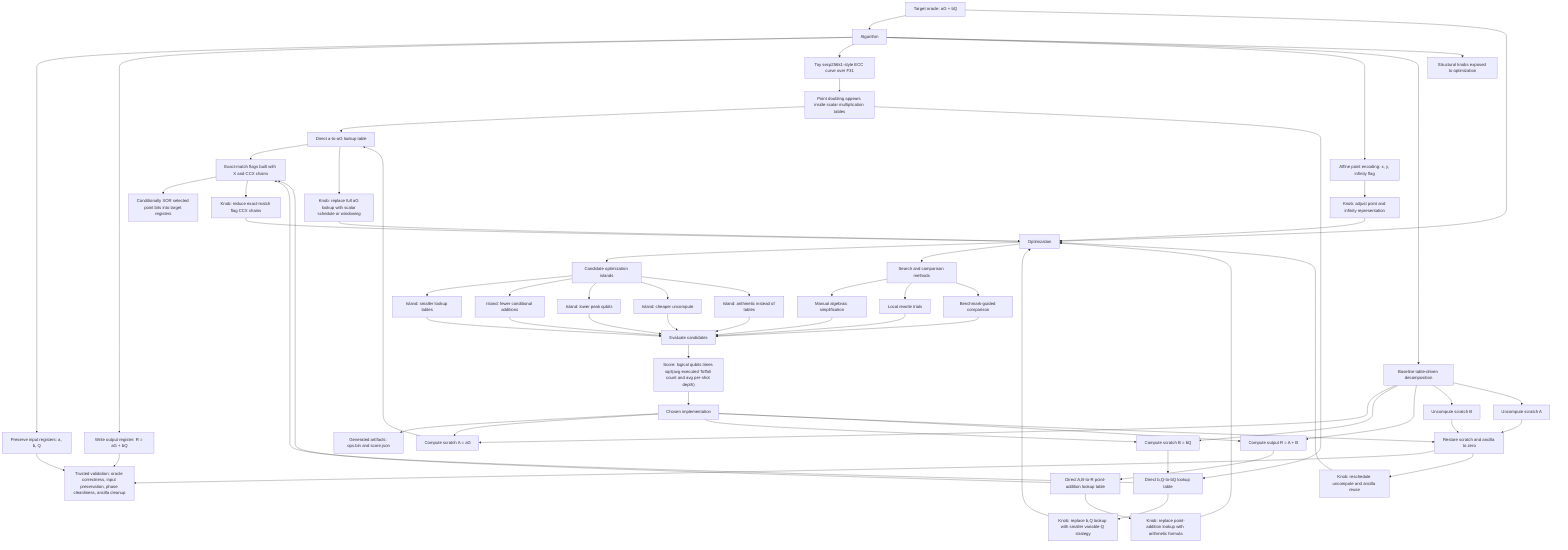
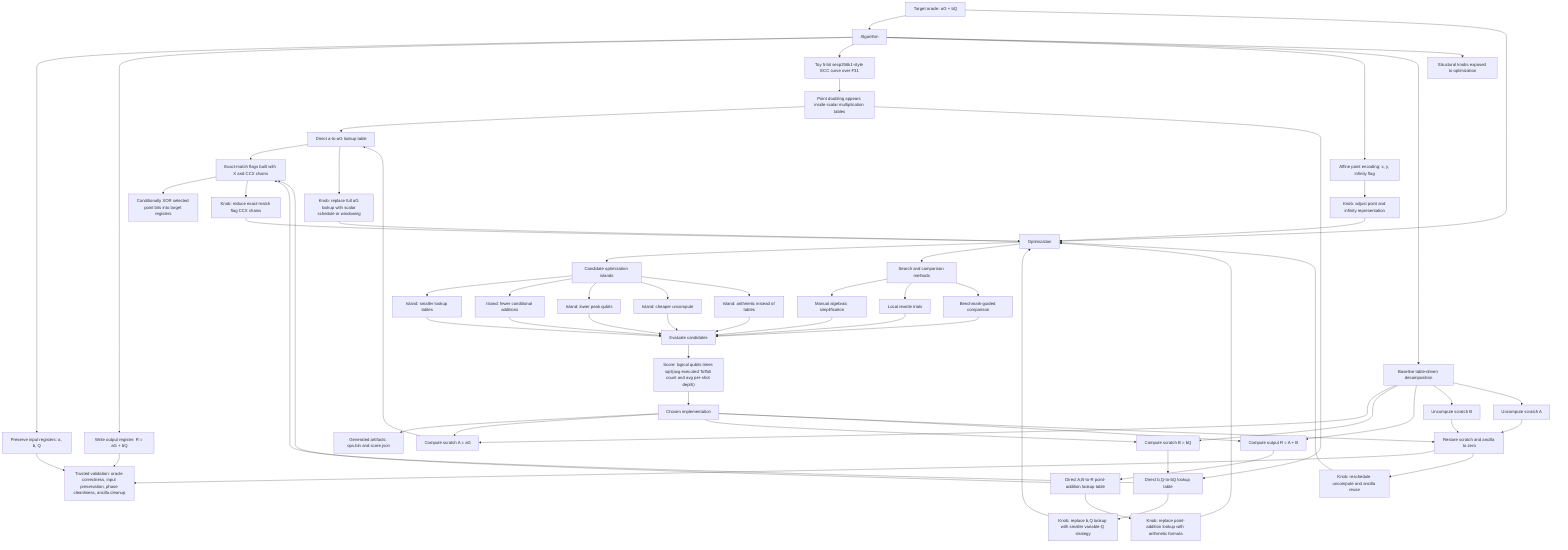
flowchart TD
  Target["Target oracle: aG + bQ"]
  Algorithm["Algorithm"]
  Optimization["Optimization"]

  Target --> Algorithm
  Target --> Optimization

  Algorithm --> ABI["Preserve input registers: a, b, Q"]
  Algorithm --> Output["Write output register: R = aG + bQ"]
-   Algorithm --> Curve["Toy secp256k1-style ECC curve over F31"]
+   Algorithm --> Curve["Toy 5-bit secp256k1-style ECC curve over F31"]
  Algorithm --> Encoding["Affine point encoding: x, y, infinity flag"]

  Algorithm --> Baseline["Baseline table-driven decomposition"]
  Baseline --> AG["Compute scratch A = aG"]
  Baseline --> BQ["Compute scratch B = bQ"]
  Baseline --> Add["Compute output R = A + B"]
  Baseline --> UncomputeB["Uncompute scratch B"]
  Baseline --> UncomputeA["Uncompute scratch A"]

  AG --> AGTable["Direct a-to-aG lookup table"]
  BQ --> BQTable["Direct b,Q-to-bQ lookup table"]
  Add --> AddTable["Direct A,B-to-R point-addition lookup table"]
  UncomputeB --> Cleanup["Restore scratch and ancilla to zero"]
  UncomputeA --> Cleanup

  AGTable --> MatchFlags["Exact-match flags built with X and CCX chains"]
  BQTable --> MatchFlags
  AddTable --> MatchFlags
  MatchFlags --> PointXor["Conditionally XOR selected point bits into target registers"]

  Curve --> PointDoubling["Point doubling appears inside scalar multiplication tables"]
  PointDoubling --> AGTable
  PointDoubling --> BQTable

  ABI --> Validation["Trusted validation: oracle correctness, input preservation, phase cleanliness, ancilla cleanup"]
  Cleanup --> Validation
  Output --> Validation

  Algorithm --> Knobs["Structural knobs exposed to optimization"]
  AGTable --> K1["Knob: replace full aG lookup with scalar schedule or windowing"]
  BQTable --> K2["Knob: replace b,Q lookup with smaller variable-Q strategy"]
  AddTable --> K3["Knob: replace point-addition lookup with arithmetic formula"]
  MatchFlags --> K4["Knob: reduce exact-match flag CCX chains"]
  Cleanup --> K5["Knob: reschedule uncompute and ancilla reuse"]
  Encoding --> K6["Knob: adjust point and infinity representation"]

  K1 --> Optimization
  K2 --> Optimization
  K3 --> Optimization
  K4 --> Optimization
  K5 --> Optimization
  K6 --> Optimization

  Optimization --> Islands["Candidate optimization islands"]
  Islands --> I1["Island: smaller lookup tables"]
  Islands --> I2["Island: fewer conditional additions"]
  Islands --> I3["Island: lower peak qubits"]
  Islands --> I4["Island: cheaper uncompute"]
  Islands --> I5["Island: arithmetic instead of tables"]

  Optimization --> Methods["Search and comparison methods"]
  Methods --> M1["Manual algebraic simplification"]
  Methods --> M2["Local rewrite trials"]
  Methods --> M3["Benchmark-guided comparison"]

  I1 --> Eval["Evaluate candidates"]
  I2 --> Eval
  I3 --> Eval
  I4 --> Eval
  I5 --> Eval
  M1 --> Eval
  M2 --> Eval
  M3 --> Eval

  Eval --> Score["Score: logical qubits times sqrt(avg executed Toffoli count and avg per-shot depth)"]
  Score --> Choice["Chosen implementation"]
  Choice --> Artifact["Generated artifacts: ops.bin and score.json"]
  Choice --> AG
  Choice --> BQ
  Choice --> Add
  Choice --> Cleanup
